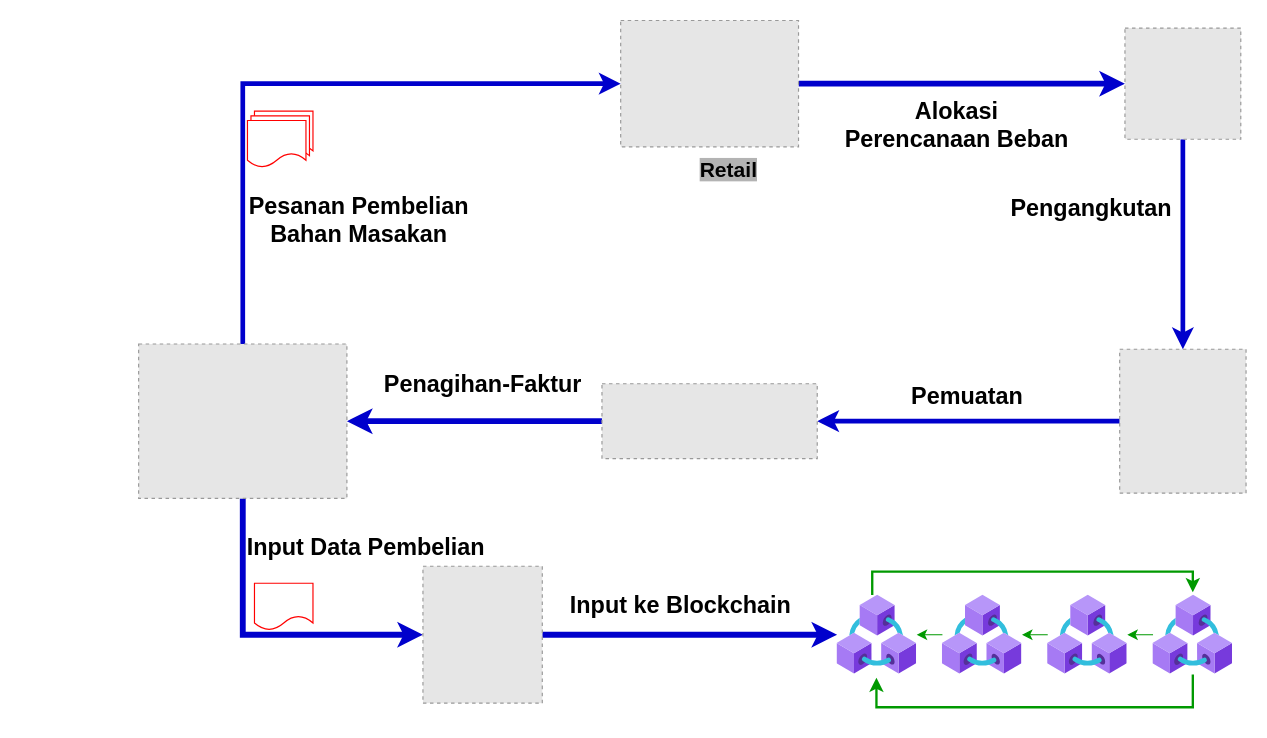
This is Log_S2.drawio from hanggaa/Diagram, a draw.io file, before an edit. Source tidied: cells renumbered, new cells numbered last; positions are measured from the earlier drawing's top-left corner, leaving out a move shared by most shapes. Both pictures are drawn from the tidied source at 117%, with x=0, y=0 at pixel (138, 20). Pictures stored in the file or linked from it are replaced by grey dashed boxes.
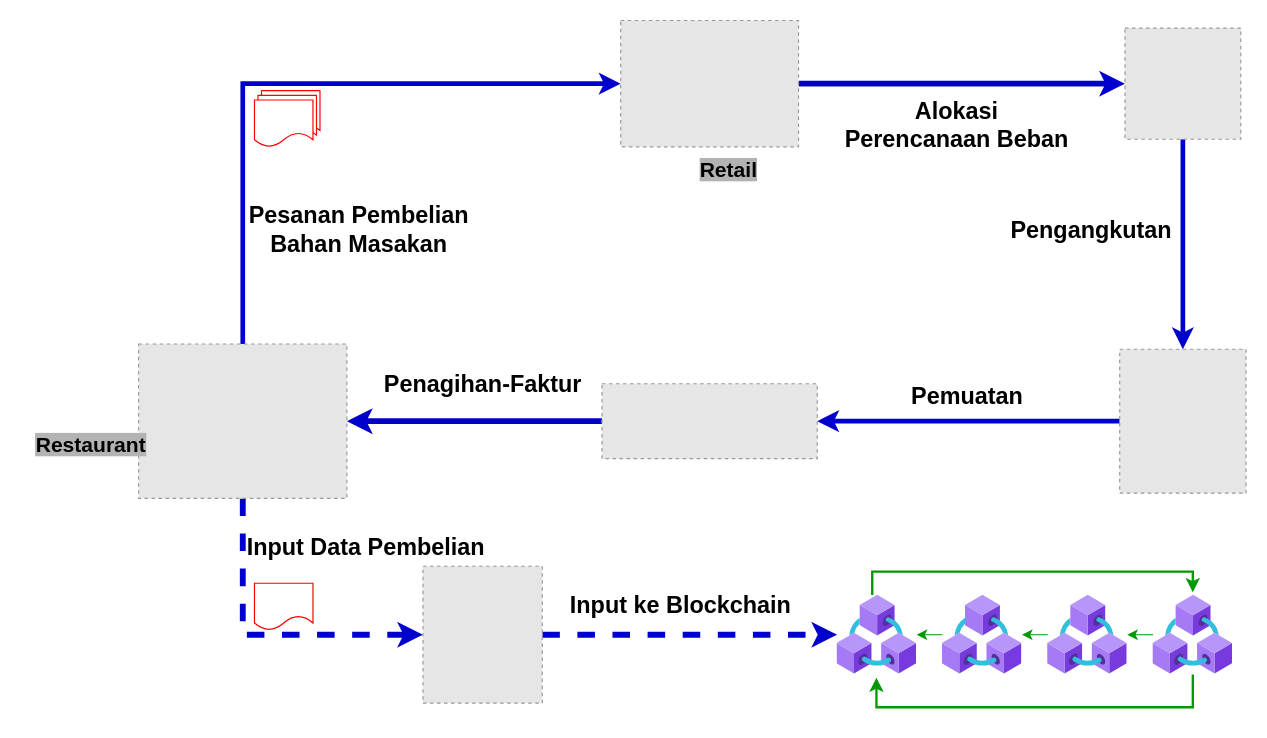
The same page after the edit.

The change refers to these unchanged cells:
```xml
<mxCell id="17" style="html=1;points=[];align=center;image;fontSize=12;image=img/lib/azure2/blockchain/Azure_Blockchain_Service.svg;" parent="1" vertex="1">
  <mxGeometry x="597" y="491" width="68" height="68" as="geometry" />
</mxCell>
<mxCell id="31" style="fillColor=#E6E6E6;strokeColor=#999999;dashed=1;verticalLabelPosition=bottom;labelBackgroundColor=default;verticalAlign=top;" parent="1" vertex="1">
  <mxGeometry y="276.5" width="178" height="132" as="geometry" />
</mxCell>
<mxCell id="33" style="fillColor=#E6E6E6;strokeColor=#999999;dashed=1;verticalLabelPosition=bottom;labelBackgroundColor=default;verticalAlign=top;" parent="1" vertex="1">
  <mxGeometry x="243" y="466.5" width="102" height="117" as="geometry" />
</mxCell>
```

Change to the diagram source:
```diff
@@
     <mxCell id="22" style="shape=document;whiteSpace=wrap;html=1;boundedLbl=1;labelBackgroundColor=#B3B3B3;fontSize=18;fontColor=#FF0080;strokeColor=#FF0000;" parent="1" vertex="1">
-      <mxGeometry x="99" y="77.5" width="50" height="40" as="geometry" />
+      <mxGeometry x="105" y="60" width="50" height="40" as="geometry" />
     </mxCell>
     <mxCell id="23" style="shape=document;whiteSpace=wrap;html=1;boundedLbl=1;labelBackgroundColor=#B3B3B3;fontSize=18;fontColor=#FF0080;strokeColor=#FF0000;" parent="1" vertex="1">
-      <mxGeometry x="96" y="81.5" width="50" height="40" as="geometry" />
+      <mxGeometry x="102" y="64" width="50" height="40" as="geometry" />
     </mxCell>
     <mxCell id="24" style="shape=document;whiteSpace=wrap;html=1;boundedLbl=1;labelBackgroundColor=#B3B3B3;fontSize=18;fontColor=#FF0080;strokeColor=#FF0000;" parent="1" vertex="1">
-      <mxGeometry x="93" y="85.5" width="50" height="40" as="geometry" />
+      <mxGeometry x="99" y="68" width="50" height="40" as="geometry" />
     </mxCell>
@@
     <mxCell id="27" value="&lt;b&gt;Pengangkutan&lt;/b&gt;" style="edgeLabel;html=1;align=center;verticalAlign=middle;fontSize=20;rotation=0;labelBackgroundColor=none;" parent="1" vertex="1">
-      <mxGeometry x="763" y="192" as="geometry">
+      <mxGeometry x="763" y="210" as="geometry">
         <mxPoint x="50" y="-33" as="offset" />
       </mxGeometry>
     </mxCell>
@@
-    <mxCell id="29" value="&lt;b&gt;Pesanan Pembelian&lt;br&gt;Bahan Masakan&lt;br&gt;&lt;/b&gt;" style="edgeLabel;html=1;align=center;verticalAlign=middle;fontSize=20;" parent="1" vertex="1">
-      <mxGeometry x="137" y="202" as="geometry">
+    <mxCell id="29" value="&lt;b&gt;Pesanan Pembelian&lt;br&gt;Bahan Masakan&lt;br&gt;&lt;/b&gt;" style="edgeLabel;html=1;align=center;verticalAlign=middle;fontSize=20;labelBackgroundColor=none;" parent="1" vertex="1">
+      <mxGeometry x="137" y="210" as="geometry">
         <mxPoint x="50" y="-33" as="offset" />
       </mxGeometry>
     </mxCell>
-    <mxCell id="30" style="edgeStyle=orthogonalEdgeStyle;rounded=0;jettySize=auto;html=1;exitX=0.5;exitY=1;exitDx=0;exitDy=0;entryX=0;entryY=0.5;entryDx=0;entryDy=0;strokeColor=#0000CC;strokeWidth=5;" parent="1" edge="1" source="31" target="33">
+    <mxCell id="30" style="edgeStyle=orthogonalEdgeStyle;rounded=0;jettySize=auto;html=1;exitX=0.5;exitY=1;exitDx=0;exitDy=0;entryX=0;entryY=0.5;entryDx=0;entryDy=0;strokeColor=#0000CC;strokeWidth=5;dashed=1;" parent="1" edge="1" source="31" target="33">
       <mxGeometry relative="1" as="geometry" />
     </mxCell>
@@
-    <mxCell id="32" style="edgeStyle=orthogonalEdgeStyle;rounded=0;jettySize=auto;html=1;exitX=1;exitY=0.5;exitDx=0;exitDy=0;strokeColor=#0000CC;strokeWidth=5;" parent="1" edge="1" source="33" target="17">
+    <mxCell id="32" style="edgeStyle=orthogonalEdgeStyle;rounded=0;jettySize=auto;html=1;exitX=1;exitY=0.5;exitDx=0;exitDy=0;strokeColor=#0000CC;strokeWidth=5;dashed=1;" parent="1" edge="1" source="33" target="17">
       <mxGeometry relative="1" as="geometry" />
     </mxCell>
@@
-    <mxCell id="34" value="&lt;div style=&quot;text-align: left;&quot;&gt;&lt;b&gt;Input Data Pembelian&lt;/b&gt;&lt;/div&gt;" style="edgeLabel;html=1;align=center;verticalAlign=middle;fontSize=20;" parent="1" vertex="1">
+    <mxCell id="34" value="&lt;div style=&quot;text-align: left;&quot;&gt;&lt;b&gt;Input Data Pembelian&lt;/b&gt;&lt;/div&gt;" style="edgeLabel;html=1;align=center;verticalAlign=middle;fontSize=20;labelBackgroundColor=none;" parent="1" vertex="1">
       <mxGeometry x="143" y="481" as="geometry">
         <mxPoint x="50" y="-33" as="offset" />
       </mxGeometry>
     </mxCell>
-    <mxCell id="35" value="&lt;div style=&quot;text-align: left;&quot;&gt;&lt;b&gt;Input ke Blockchain&lt;/b&gt;&lt;/div&gt;" style="edgeLabel;html=1;align=center;verticalAlign=middle;fontSize=20;" parent="1" vertex="1">
+    <mxCell id="35" value="&lt;div style=&quot;text-align: left;&quot;&gt;&lt;b&gt;Input ke Blockchain&lt;/b&gt;&lt;/div&gt;" style="edgeLabel;html=1;align=center;verticalAlign=middle;fontSize=20;labelBackgroundColor=none;" parent="1" vertex="1">
       <mxGeometry x="412" y="531" as="geometry">
         <mxPoint x="50" y="-33" as="offset" />
       </mxGeometry>
     </mxCell>
+    <mxCell id="36" value="&lt;span style=&quot;font-size: 18px; background-color: rgb(179, 179, 179);&quot;&gt;&lt;b&gt;Restaurant&lt;/b&gt;&lt;/span&gt;" style="text;html=1;align=center;verticalAlign=middle;strokeColor=none;fillColor=none;" parent="1" vertex="1">
+      <mxGeometry x="-101" y="342.5" width="120" height="40" as="geometry" />
+    </mxCell>
```
